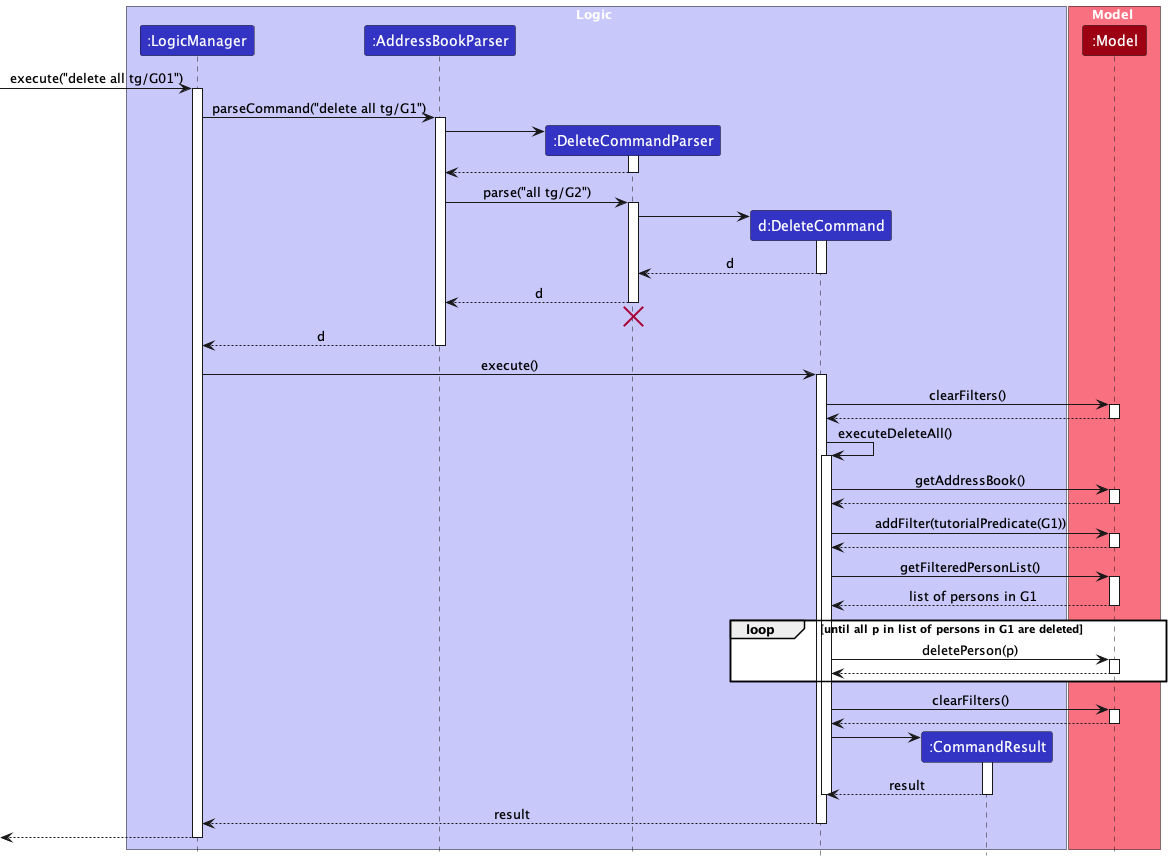
Above: docs/images/DeleteAllSeqDiagram.png in nus-cs2103-AY2324S1/tp (PlantUML), before the change.
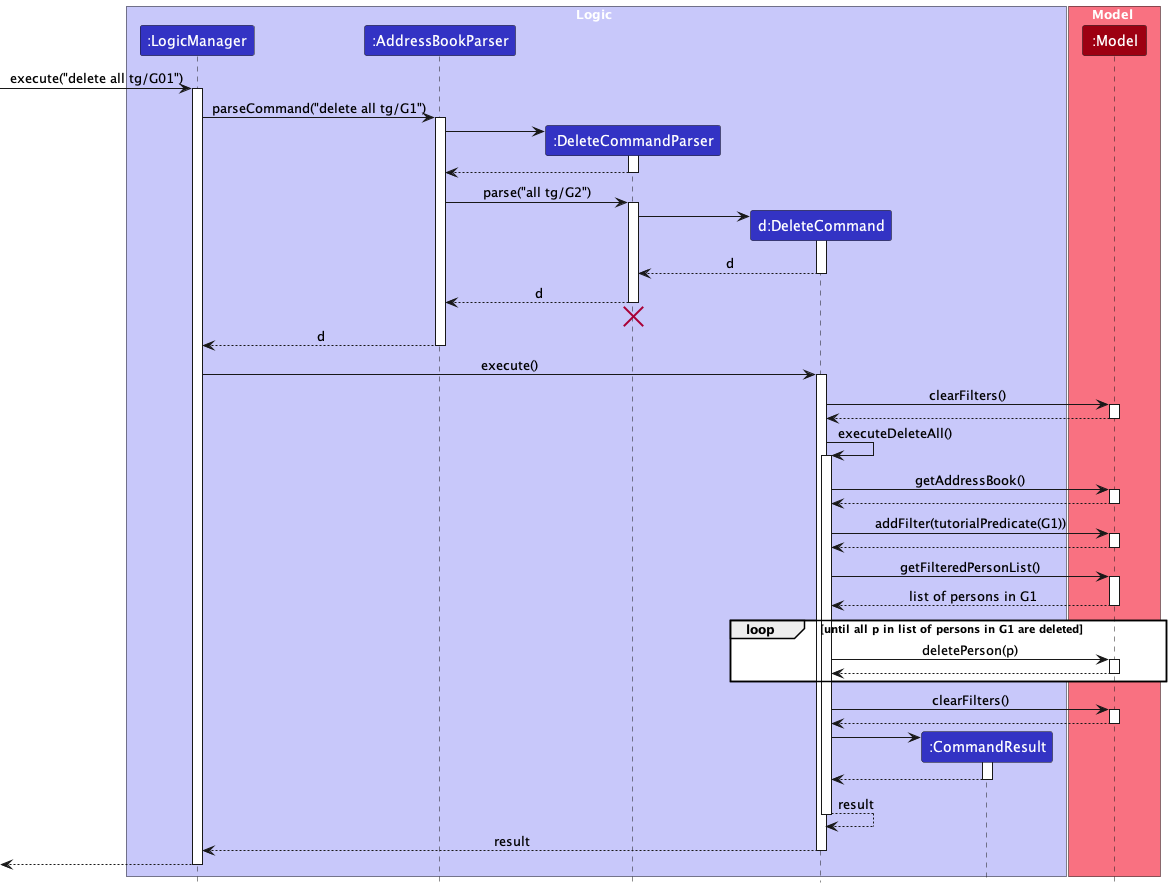
After the commit.

Diff of the diagram source:
```diff
@@ -50,6 +50,7 @@
 
 DeleteCommand -> Model : clearFilters()
 activate Model
+
 Model --> DeleteCommand
 deactivate Model
 
@@ -58,37 +59,44 @@
 
 DeleteCommand -> Model : getAddressBook()
 activate Model
+
 Model --> DeleteCommand
 deactivate Model
 
 DeleteCommand -> Model : addFilter(tutorialPredicate(G1))
 activate Model
+
 Model --> DeleteCommand
 deactivate Model
 
 DeleteCommand -> Model : getFilteredPersonList()
 activate Model
+
 Model --> DeleteCommand : list of persons in G1
 deactivate Model
 
 loop until all p in list of persons in G1 are deleted
     DeleteCommand -> Model : deletePerson(p)
     activate Model
+
     Model --> DeleteCommand
     deactivate Model
 end
 
 DeleteCommand -> Model : clearFilters()
 activate Model
+
 Model --> DeleteCommand
 deactivate Model
 
 create CommandResult
 DeleteCommand -> CommandResult
 activate CommandResult
-CommandResult --> DeleteCommand : result
+
+CommandResult --> DeleteCommand
 deactivate CommandResult
 
+DeleteCommand --> DeleteCommand : result
 deactivate DeleteCommand
 
 DeleteCommand --> LogicManager : result
```
